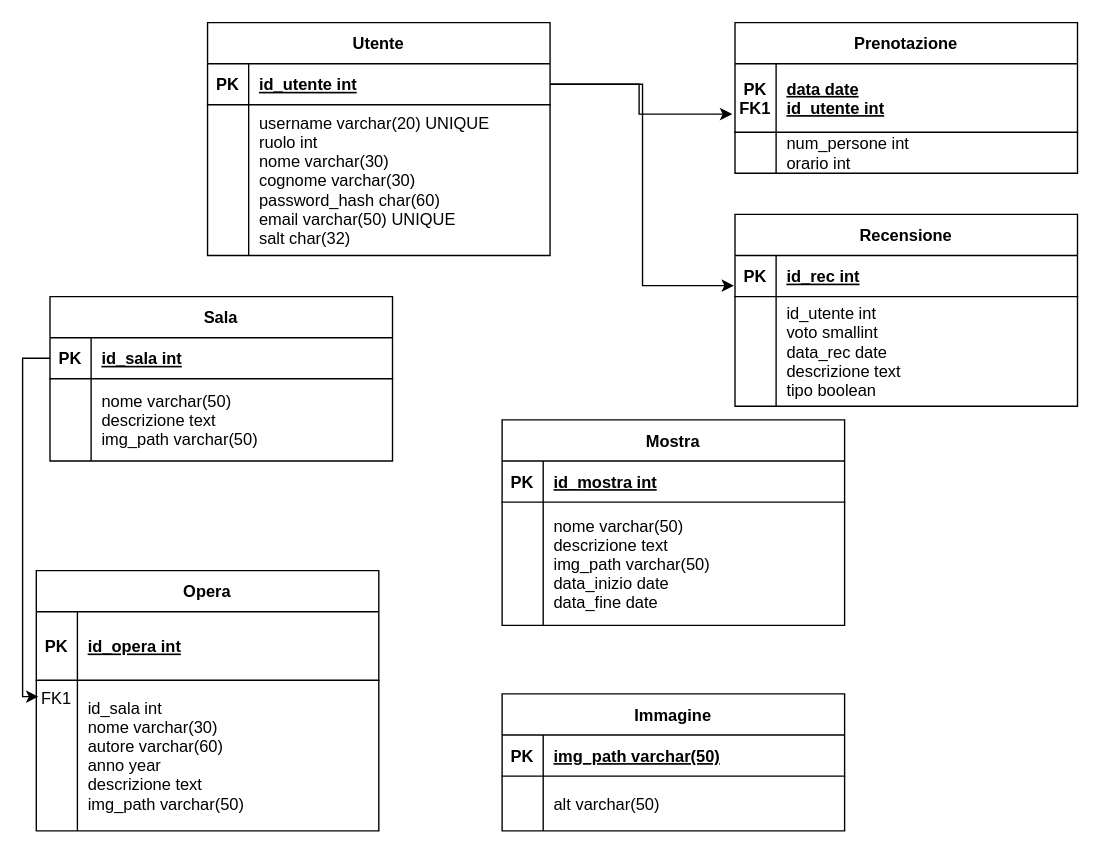
EliaBergamin/Progetto-TecWeb keeps this draw.io diagram as docs/database/schema.drawio. Above is the earlier version. Source tidied: cells renumbered, new cells numbered last; positions are measured from the earlier drawing's top-left corner, leaving out a move shared by most shapes. Both pictures are drawn from the tidied source at 137%, with x=0, y=0 at pixel (22, 22).
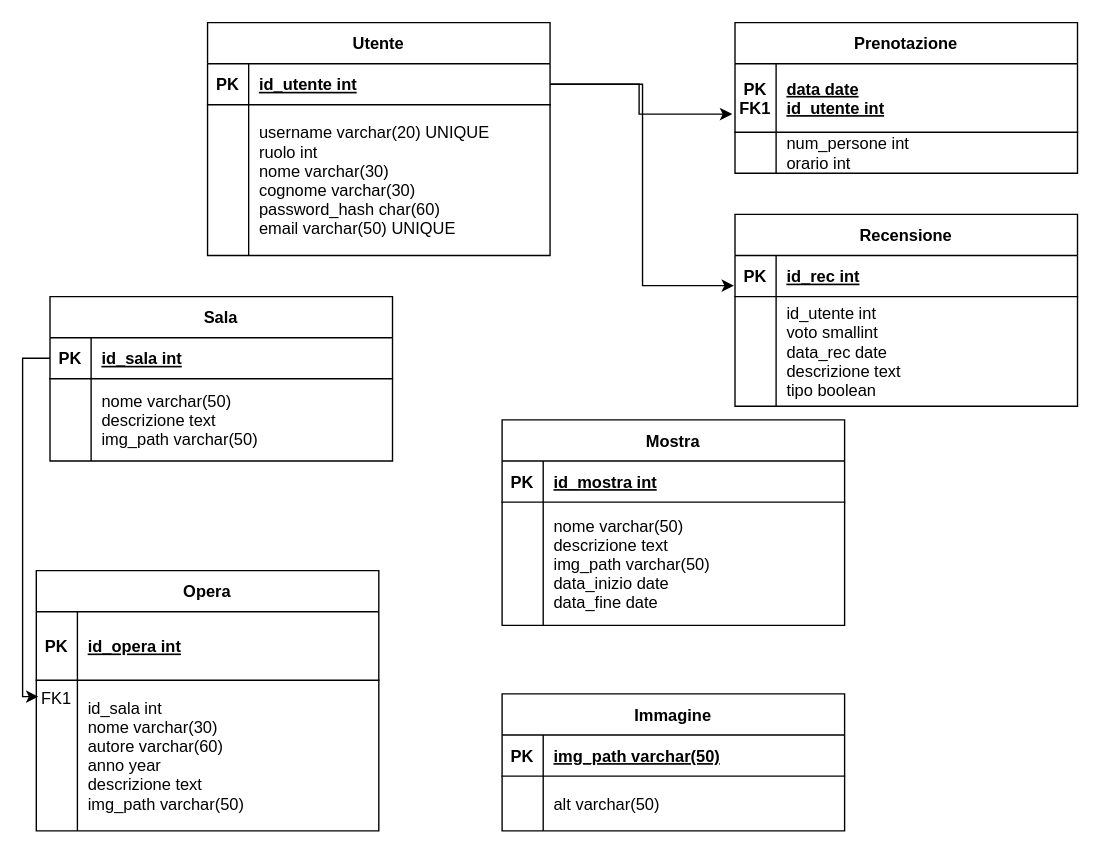
After the change.

Commit message (it also covers changes not shown here):
Refactor database schema: update password_hash type and remove salt column; modify sample data for users

Unchanged cells that the change refers to:
```xml
<mxCell id="20" style="shape=partialRectangle;fillColor=none;top=0;left=0;right=0;bottom=0;" parent="16" vertex="1">
  <mxGeometry y="60" width="250" height="110" as="geometry" />
</mxCell>
```

What changed in the source:
```diff
@@
-    <mxCell id="22" value="username varchar(20) UNIQUE&#10;ruolo int&#10;nome varchar(30)&#10;cognome varchar(30)&#10;password_hash char(60)&#10;email varchar(50) UNIQUE&#10;salt char(32)" style="shape=partialRectangle;overflow=hidden;fillColor=none;top=0;left=0;bottom=0;right=0;align=left;spacingLeft=6;" parent="20" vertex="1">
+    <mxCell id="22" value="username varchar(20) UNIQUE&#10;ruolo int&#10;nome varchar(30)&#10;cognome varchar(30)&#10;password_hash char(60)&#10;email varchar(50) UNIQUE" style="shape=partialRectangle;overflow=hidden;fillColor=none;top=0;left=0;bottom=0;right=0;align=left;spacingLeft=6;" parent="20" vertex="1">
       <mxGeometry x="30" width="220" height="110" as="geometry" />
     </mxCell>
```
